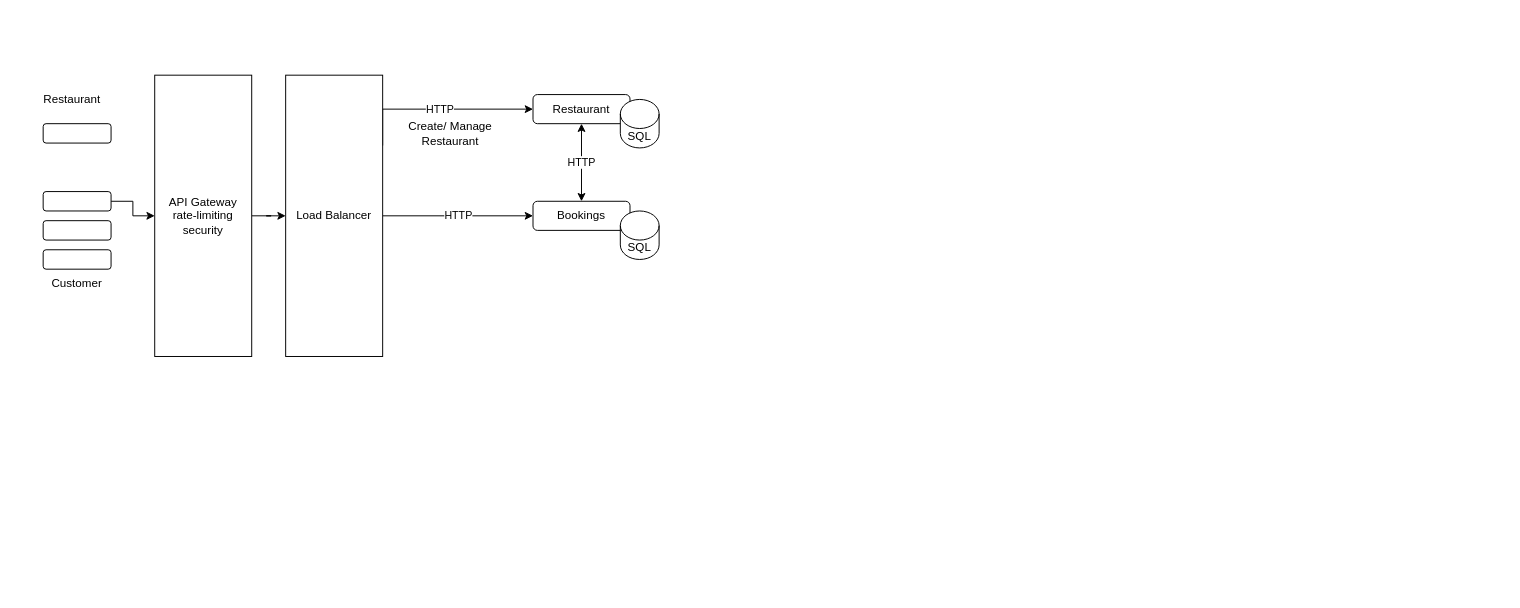
harirehm/draw.io keeps this draw.io diagram as table-booking/Untitled Diagram.drawio. Above is the earlier version. Source tidied: cells renumbered, new cells numbered last; positions are measured from the earlier drawing's top-left corner, leaving out a move shared by most shapes. Both pictures are drawn from the tidied source at 97%, with x=0, y=0 at pixel (43, 75).
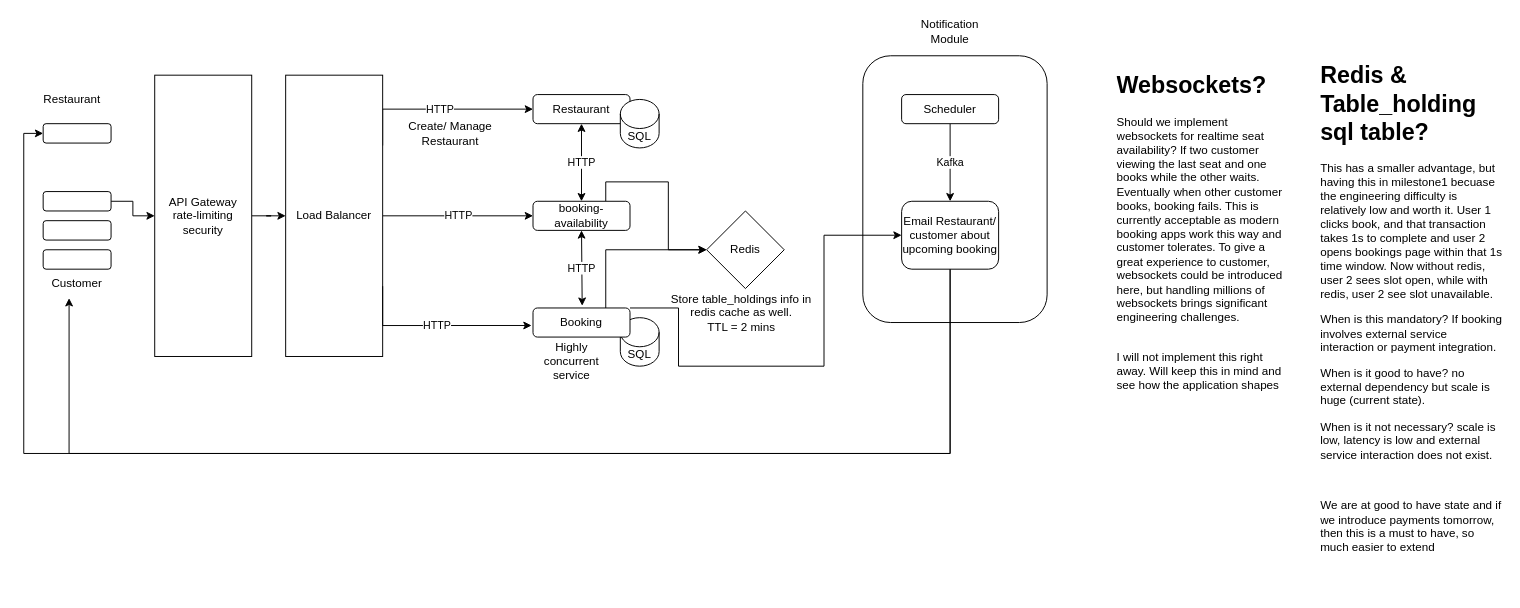
The same diagram, later.

The change refers to these unchanged cells:
```xml
<mxCell id="3" value="Customer" style="text;html=1;whiteSpace=wrap;strokeColor=none;fillColor=none;align=center;verticalAlign=middle;rounded=0;" parent="1" vertex="1">
  <mxGeometry x="5" y="200" width="60" height="30" as="geometry" />
</mxCell>
<mxCell id="7" style="rounded=1;whiteSpace=wrap;html=1;" parent="1" vertex="1">
  <mxGeometry y="50" width="70" height="20" as="geometry" />
</mxCell>
<mxCell id="13" value="Load Balancer" style="rounded=0;whiteSpace=wrap;html=1;" parent="1" vertex="1">
  <mxGeometry x="250" width="100" height="290" as="geometry" />
</mxCell>
```

Diff of the diagram source:
```diff
@@
+    <mxCell id="20" style="rounded=1;whiteSpace=wrap;html=1;" parent="1" vertex="1">
+      <mxGeometry x="845" y="-20" width="190" height="275" as="geometry" />
+    </mxCell>
@@
+    <mxCell id="21" style="edgeStyle=orthogonalEdgeStyle;rounded=0;jettySize=auto;html=1;exitX=0.75;exitY=0;exitDx=0;exitDy=0;" parent="1" edge="1" source="17" target="27">
+      <mxGeometry relative="1" as="geometry" />
+    </mxCell>
-    <mxCell id="17" value="Bookings" style="rounded=1;whiteSpace=wrap;html=1;" parent="1" vertex="1">
+    <mxCell id="17" value="booking-availability" style="rounded=1;whiteSpace=wrap;html=1;" parent="1" vertex="1">
       <mxGeometry x="505" y="130" width="100" height="30" as="geometry" />
     </mxCell>
     <mxCell id="18" value="SQL" style="shape=cylinder3;whiteSpace=wrap;html=1;boundedLbl=1;backgroundOutline=1;size=15;" parent="1" vertex="1">
-      <mxGeometry x="595" y="140" width="40" height="50" as="geometry" />
+      <mxGeometry x="595" y="250" width="40" height="50" as="geometry" />
     </mxCell>
@@
+    <mxCell id="22" style="edgeStyle=orthogonalEdgeStyle;rounded=0;jettySize=auto;html=1;exitX=0.75;exitY=0;exitDx=0;exitDy=0;entryX=0;entryY=0.5;entryDx=0;entryDy=0;" parent="1" edge="1" source="24" target="27">
+      <mxGeometry relative="1" as="geometry" />
+    </mxCell>
+    <mxCell id="23" style="edgeStyle=orthogonalEdgeStyle;rounded=0;jettySize=auto;html=1;exitX=1;exitY=0;exitDx=0;exitDy=0;entryX=0;entryY=0.5;entryDx=0;entryDy=0;" parent="1" edge="1" source="24" target="33">
+      <mxGeometry relative="1" as="geometry">
+        <Array as="points">
+          <mxPoint x="655" y="240" />
+          <mxPoint x="655" y="300" />
+          <mxPoint x="805" y="300" />
+          <mxPoint x="805" y="165" />
+        </Array>
+      </mxGeometry>
+    </mxCell>
+    <mxCell id="24" value="Booking" style="rounded=1;whiteSpace=wrap;html=1;" parent="1" vertex="1">
+      <mxGeometry x="505" y="240" width="100" height="30" as="geometry" />
+    </mxCell>
+    <mxCell id="25" value="HTTP" style="edgeStyle=orthogonalEdgeStyle;rounded=0;jettySize=auto;html=1;exitX=1;exitY=0.75;exitDx=0;exitDy=0;entryX=-0.015;entryY=0.602;entryDx=0;entryDy=0;entryPerimeter=0;" parent="1" edge="1" source="13" target="24">
+      <mxGeometry relative="1" as="geometry">
+        <Array as="points">
+          <mxPoint x="350" y="258.1" />
+        </Array>
+      </mxGeometry>
+    </mxCell>
+    <mxCell id="26" value="HTTP" style="endArrow=classic;startArrow=classic;html=1;rounded=0;exitX=0.507;exitY=-0.077;exitDx=0;exitDy=0;entryX=0.5;entryY=1;entryDx=0;entryDy=0;exitPerimeter=0;" parent="1" edge="1" source="24" target="17">
+      <mxGeometry relative="1" as="geometry" />
+    </mxCell>
+    <mxCell id="27" value="Redis" style="rhombus;whiteSpace=wrap;html=1;shapeInside=1;" parent="1" vertex="1">
+      <mxGeometry x="684" y="140" width="80" height="80" as="geometry" />
+    </mxCell>
+    <mxCell id="28" value="Store table_holdings info in redis cache as well.&lt;br&gt;TTL = 2 mins" style="text;html=1;whiteSpace=wrap;strokeColor=none;fillColor=none;align=center;verticalAlign=middle;rounded=0;" parent="1" vertex="1">
+      <mxGeometry x="645" y="220" width="150" height="50" as="geometry" />
+    </mxCell>
+    <mxCell id="29" value="Highly concurrent service" style="text;html=1;whiteSpace=wrap;strokeColor=none;fillColor=none;align=center;verticalAlign=middle;rounded=0;" parent="1" vertex="1">
+      <mxGeometry x="515" y="280" width="60" height="30" as="geometry" />
+    </mxCell>
+    <mxCell id="30" value="Kafka" style="edgeStyle=orthogonalEdgeStyle;rounded=0;jettySize=auto;html=1;" parent="1" edge="1" source="31" target="33">
+      <mxGeometry relative="1" as="geometry" />
+    </mxCell>
+    <mxCell id="31" value="Scheduler" style="rounded=1;whiteSpace=wrap;html=1;" parent="1" vertex="1">
+      <mxGeometry x="885" y="20" width="100" height="30" as="geometry" />
+    </mxCell>
+    <mxCell id="32" style="edgeStyle=orthogonalEdgeStyle;rounded=0;jettySize=auto;html=1;exitX=0.5;exitY=1;exitDx=0;exitDy=0;entryX=0;entryY=0.5;entryDx=0;entryDy=0;" parent="1" edge="1" source="33" target="7">
+      <mxGeometry relative="1" as="geometry">
+        <Array as="points">
+          <mxPoint x="935" y="390" />
+          <mxPoint x="-20" y="390" />
+          <mxPoint x="-20" y="60" />
+        </Array>
+      </mxGeometry>
+    </mxCell>
+    <mxCell id="33" value="Email Restaurant/ customer about upcoming booking" style="rounded=1;whiteSpace=wrap;html=1;" parent="1" vertex="1">
+      <mxGeometry x="885" y="130" width="100" height="70" as="geometry" />
+    </mxCell>
+    <mxCell id="34" style="edgeStyle=orthogonalEdgeStyle;rounded=0;jettySize=auto;html=1;exitX=0.5;exitY=1;exitDx=0;exitDy=0;entryX=0.362;entryY=0.997;entryDx=0;entryDy=0;entryPerimeter=0;" parent="1" edge="1" source="33" target="3">
+      <mxGeometry relative="1" as="geometry">
+        <Array as="points">
+          <mxPoint x="935" y="390" />
+          <mxPoint x="26.7" y="390" />
+        </Array>
+      </mxGeometry>
+    </mxCell>
+    <mxCell id="35" value="Notification Module" style="text;html=1;whiteSpace=wrap;strokeColor=none;fillColor=none;align=center;verticalAlign=middle;rounded=0;" parent="1" vertex="1">
+      <mxGeometry x="905" y="-60" width="60" height="30" as="geometry" />
+    </mxCell>
+    <mxCell id="36" value="&lt;h1 style=&quot;margin-top: 0px;&quot;&gt;Websockets?&lt;/h1&gt;&lt;p&gt;Should we implement websockets for realtime seat availability? If two customer viewing the last seat and one books while the other waits. Eventually when other customer books, booking fails. This is currently acceptable as modern booking apps work this way and customer tolerates. To give a great experience to customer, websockets could be introduced here, but handling millions of websockets brings significant engineering challenges.&lt;br&gt;&lt;br&gt;&lt;/p&gt;&lt;p&gt;I will not implement this right away. Will keep this in mind and see how the application shapes&lt;/p&gt;" style="text;html=1;whiteSpace=wrap;overflow=hidden;rounded=0;" parent="1" vertex="1">
+      <mxGeometry x="1105" y="-10" width="180" height="340" as="geometry" />
+    </mxCell>
+    <mxCell id="37" value="&lt;h1 style=&quot;margin-top: 0px;&quot;&gt;Redis &amp;amp; Table_holding sql table?&lt;/h1&gt;&lt;p&gt;This has a smaller advantage, but having this in milestone1 becuase the engineering difficulty is relatively low and worth it. User 1 clicks book, and that transaction takes 1s to complete and user 2 opens bookings page within that 1s time window. Now without redis, user 2 sees slot open, while with redis, user 2 see slot unavailable.&amp;nbsp;&lt;/p&gt;&lt;p&gt;When is this mandatory? If booking involves external service interaction or payment integration.&lt;/p&gt;&lt;p&gt;When is it good to have? no external dependency but scale is huge (current state).&lt;/p&gt;&lt;p&gt;When is it not necessary? scale is low, latency is low and external service interaction does not exist.&amp;nbsp;&lt;/p&gt;&lt;p&gt;&lt;br&gt;&lt;/p&gt;&lt;p&gt;We are at good to have state and if we introduce payments tomorrow, then this is a must to have, so much easier to extend&lt;/p&gt;" style="text;html=1;whiteSpace=wrap;overflow=hidden;rounded=0;" parent="1" vertex="1">
+      <mxGeometry x="1315" y="-20" width="190" height="550" as="geometry" />
+    </mxCell>
```
